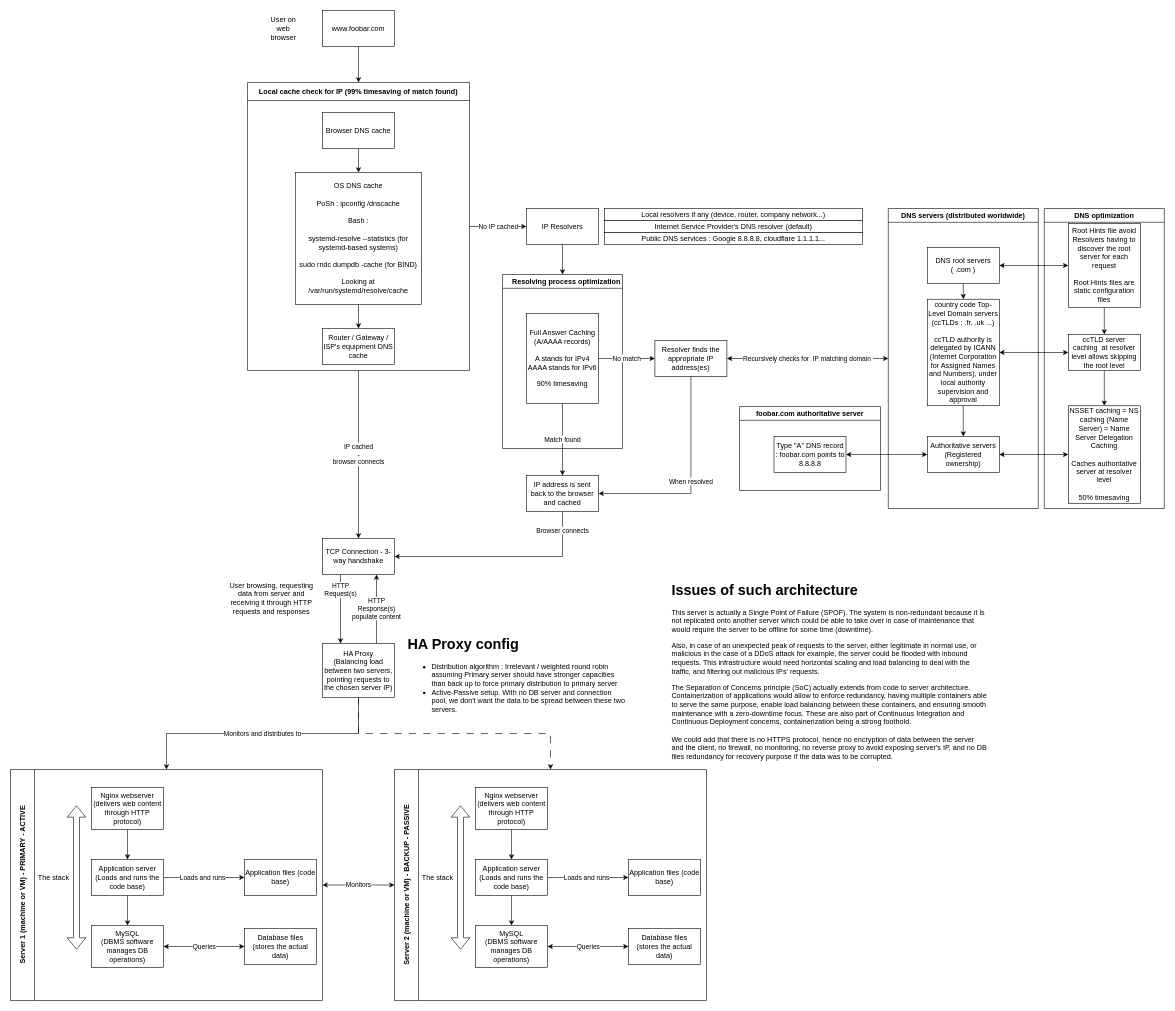
Above: web_infrastructure_design/1-distributed_web_infrastructure.drawio in jmitchell35/holbertonschool-system_engineering-devops (draw.io), before the change. Source tidied: cells renumbered, new cells numbered last; positions are measured from the earlier drawing's top-left corner, leaving out a move shared by most shapes. Both pictures are drawn from the tidied source at 60%, with x=0, y=0 at pixel (10, 10).
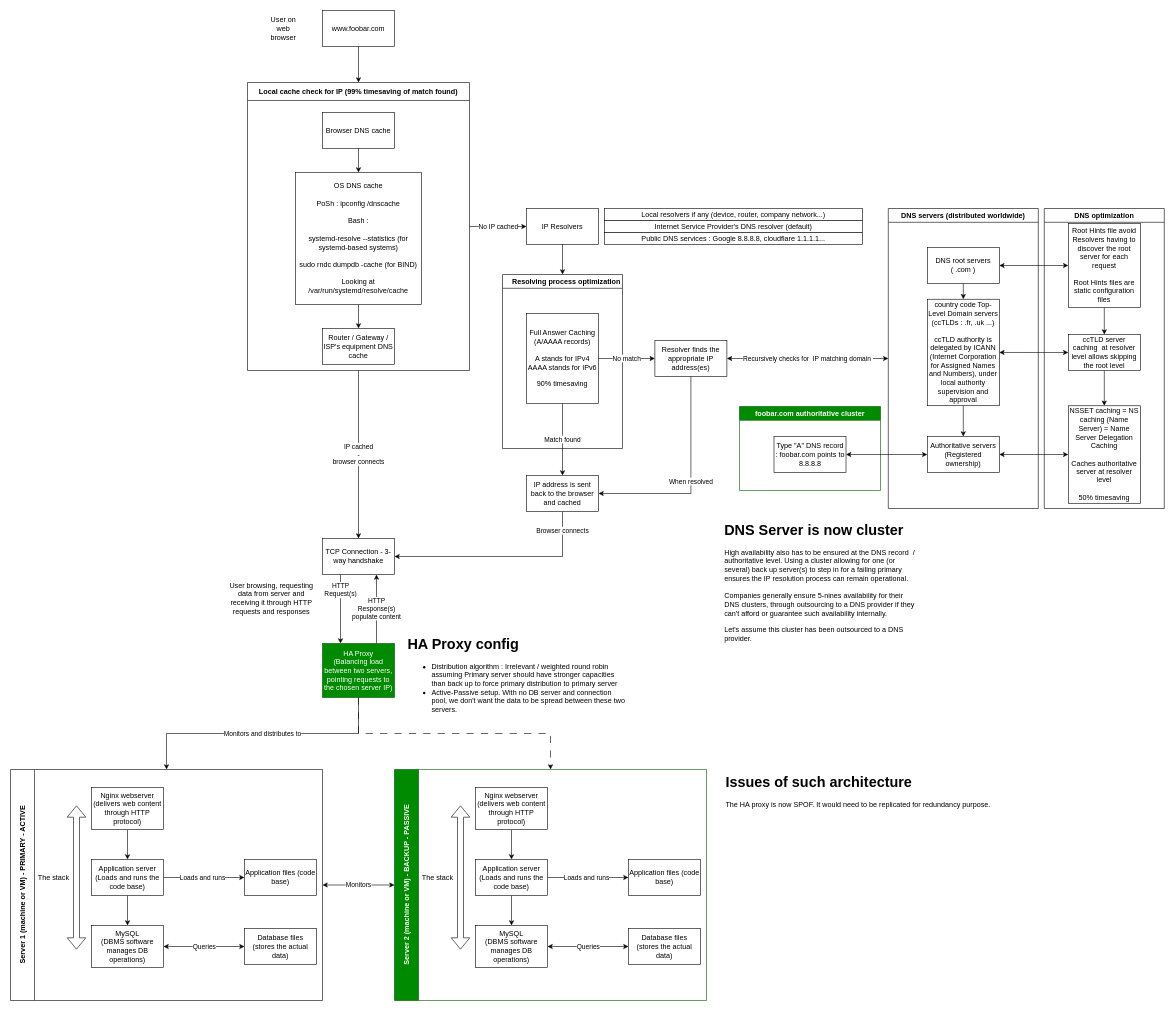
Above is the later version.

Commit message:
Added DNS cluster some explanations - started writing the remaning SPOF and issues.

Change to the diagram source:
```diff
@@
-    <mxCell id="5" value="&lt;h1 style=&quot;margin-top: 0px;&quot;&gt;Issues of such architecture&lt;/h1&gt;&lt;p&gt;This server is actually a Single Point of Failure (SPOF). The system is non-redundant because it is not replicated onto another server which could be able to take over in case of maintenance that would require the server to be offline for some time (downtime).&lt;br&gt;&lt;/p&gt;&lt;p&gt;Also, in case of an unexpected peak of requests to the server, either legitimate in normal use, or malicious in the case of a DDoS attack for example, the server could be flooded with inbound requests. This infrastructure would need horizontal scaling and load balancing to deal with the traffic, and filtering out malicious IPs' requests.&lt;/p&gt;&lt;p&gt;The Separation of Concerns principle (SoC) actually extends from code to server architecture. Containerization of applications would allow to enforce redundancy, having multiple containers able to serve the same purpose, enable load balancing between these containers, and ensuring smooth maintenance with a zero-downtime focus. These are also part of Continuous Integration and Continuous Deployment concerns, containerization being a strong foothold.&lt;br&gt;&lt;br&gt;We could add that there is no HTTPS protocol, hence no encryption of data between the server and the client, no firewall, no monitoring, no reverse proxy to avoid exposing server's IP, and no DB files redundancy for recovery purpose if the data was to be corrupted.&lt;/p&gt;" style="text;html=1;whiteSpace=wrap;overflow=hidden;rounded=0;" parent="1" vertex="1">
-      <mxGeometry x="1100" y="945" width="530" height="310" as="geometry" />
+    <mxCell id="5" value="&lt;h1 style=&quot;margin-top: 0px;&quot;&gt;Issues of such architecture&lt;/h1&gt;&lt;div&gt;The HA proxy is now SPOF. It would need to be replicated for redundancy purpose.&lt;/div&gt;&lt;div&gt;&lt;br&gt;&lt;/div&gt;&lt;div&gt;&lt;br&gt;&lt;/div&gt;" style="text;html=1;whiteSpace=wrap;overflow=hidden;rounded=0;" parent="1" vertex="1">
+      <mxGeometry x="1190" y="1265" width="530" height="310" as="geometry" />
     </mxCell>
     <mxCell id="6" style="group;" parent="1" vertex="1">
-      <mxGeometry x="395" width="1528" height="940" as="geometry" />
+      <mxGeometry x="395" width="1528" height="1070" as="geometry" />
     </mxCell>
@@
     <mxCell id="20" style="group;" parent="6" vertex="1">
-      <mxGeometry x="425" y="330" width="1103" height="505" as="geometry" />
+      <mxGeometry x="425" y="330" width="1103" height="740" as="geometry" />
     </mxCell>
@@
-    <mxCell id="50" value="foobar.com authoritative server" style="swimlane;whiteSpace=wrap;html=1;" parent="20" vertex="1">
+    <mxCell id="50" value="foobar.com authoritative cluster" style="swimlane;whiteSpace=wrap;html=1;fillColor=#008a00;fontColor=#ffffff;strokeColor=#005700;" parent="20" vertex="1">
       <mxGeometry x="395" y="330" width="235" height="140" as="geometry" />
     </mxCell>
@@
+    <mxCell id="82" value="&lt;h1 style=&quot;margin-top: 0px;&quot;&gt;DNS Server is now cluster&lt;/h1&gt;&lt;p&gt;High availability also has to be ensured at the DNS record&amp;nbsp; / authoritative level. Using a cluster allowing for one (or several) back up server(s) to step in for a failing primary ensures the IP resolution process can remain operational.&lt;br&gt;&lt;br&gt;Companies generally ensure 5-nines availability for their DNS clusters, through outsourcing to a DNS provider if they can't afford or guarantee such availability internally.&lt;br&gt;&lt;br&gt;Let's assume this cluster has been outsourced to a DNS provider.&lt;/p&gt;" style="text;html=1;whiteSpace=wrap;overflow=hidden;rounded=0;" parent="20" vertex="1">
+      <mxGeometry x="367.5" y="515" width="322.5" height="225" as="geometry" />
+    </mxCell>
@@
-    <mxCell id="67" value="HA Proxy&lt;br&gt;(Balancing load between two servers, pointing requests to the chosen server IP)" style="rounded=0;whiteSpace=wrap;html=1;" parent="1" vertex="1">
+    <mxCell id="67" value="HA Proxy&lt;br&gt;(Balancing load between two servers, pointing requests to the chosen server IP)" style="rounded=0;whiteSpace=wrap;html=1;fillColor=#008a00;fontColor=#ffffff;strokeColor=#005700;" parent="1" vertex="1">
       <mxGeometry x="520" y="1055" width="120" height="90" as="geometry" />
     </mxCell>
@@
-    <mxCell id="70" value="&lt;div&gt;Server 2 (machine or VM) - BACKUP - PASSIVE&lt;/div&gt;" style="swimlane;horizontal=0;whiteSpace=wrap;html=1;startSize=40;" parent="1" vertex="1">
+    <mxCell id="70" value="&lt;div&gt;Server 2 (machine or VM) - BACKUP - PASSIVE&lt;/div&gt;" style="swimlane;horizontal=0;whiteSpace=wrap;html=1;startSize=40;fillColor=#008a00;fontColor=#ffffff;strokeColor=#005700;" parent="1" vertex="1">
       <mxGeometry x="640" y="1265" width="520" height="385" as="geometry" />
     </mxCell>
```
